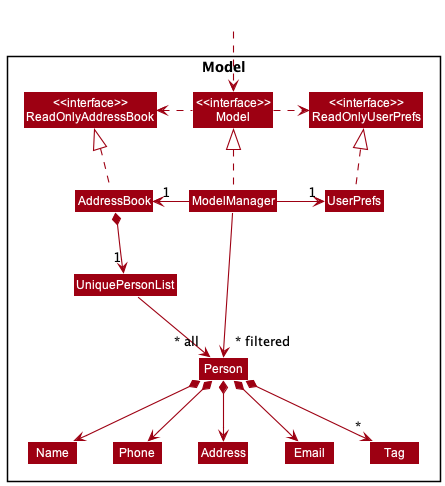
Before: docs/images/ModelClassDiagram.png, a diagram exported from PlantUML (nus-cs2103-AY2223S1/tp).
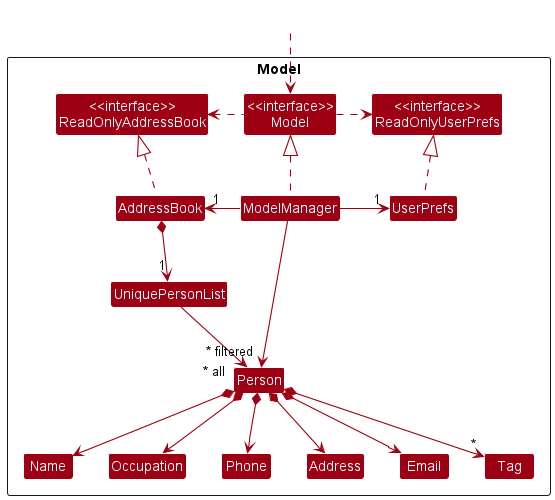
The same file after the commit.

Change to the diagram source:
```diff
@@ -19,7 +19,7 @@
 Class Name
 Class Phone
 Class Tag
-
+Class Occupation
 }
 
 Class HiddenOutside #FFFFFF
@@ -37,12 +37,13 @@
 AddressBook *--> "1" UniquePersonList
 UniquePersonList --> "~* all" Person
 Person *--> Name
+Person *--> Occupation
 Person *--> Phone
 Person *--> Email
 Person *--> Address
 Person *--> "*" Tag
 
-Name -[hidden]right-> Phone
+Name -[hidden]right-> Occupation
 Phone -[hidden]right-> Address
 Address -[hidden]right-> Email
 
```
